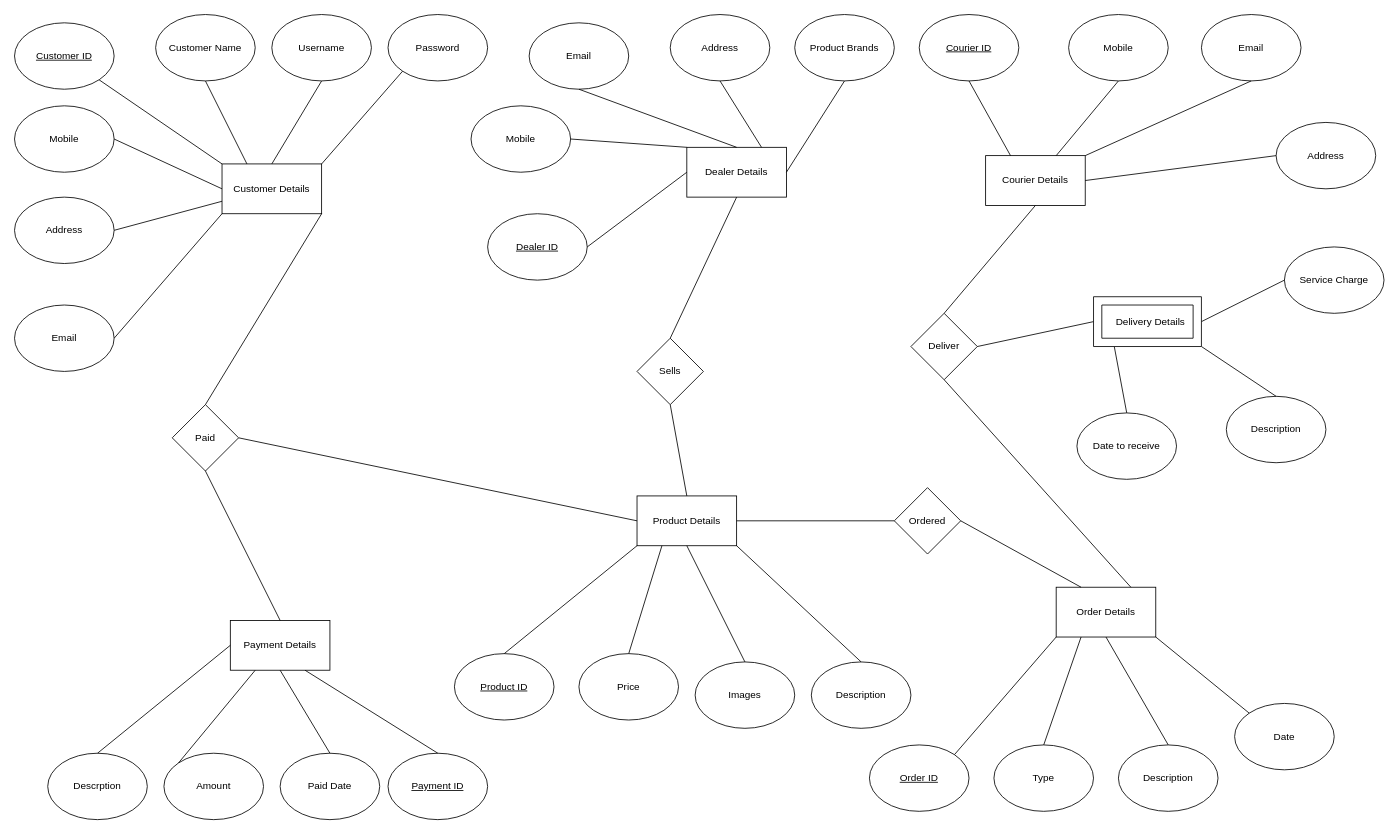
2019e166/Data_Base_Assignment keeps this draw.io diagram as ER DIagram Project.drawio. Above is the earlier version. Source tidied: cells renumbered, new cells numbered last; positions are measured from the earlier drawing's top-left corner, leaving out a move shared by most shapes. Both pictures are drawn from the tidied source at 83%, with x=0, y=0 at pixel (14, 14).
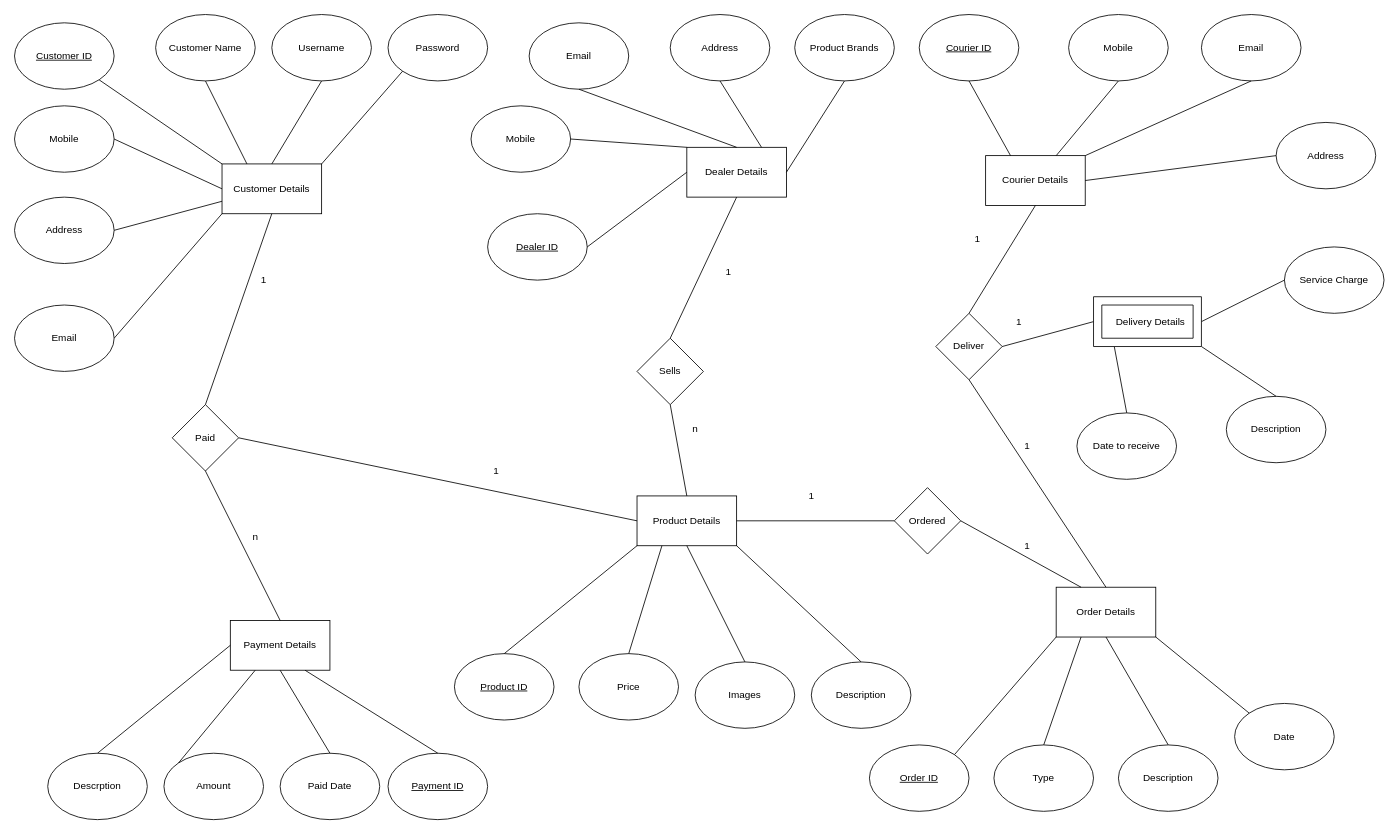
The same page after the edit.

Unchanged cells that the change refers to:
```xml
<mxCell id="2" value="Customer Details" style="rounded=0;whiteSpace=wrap;html=1;" parent="1" vertex="1">
  <mxGeometry x="250" y="180" width="120" height="60" as="geometry" />
</mxCell>
<mxCell id="43" value="Order Details" style="rounded=0;whiteSpace=wrap;html=1;" parent="1" vertex="1">
  <mxGeometry x="1255" y="690" width="120" height="60" as="geometry" />
</mxCell>
<mxCell id="73" value="Paid" style="rhombus;whiteSpace=wrap;html=1;" parent="1" vertex="1">
  <mxGeometry x="190" y="470" width="80" height="80" as="geometry" />
</mxCell>
```

Change to the diagram source:
```diff
@@
-    <mxCell id="76" style="endArrow=none;html=1;rounded=0;exitX=1;exitY=1;exitDx=0;exitDy=0;entryX=0.5;entryY=0;entryDx=0;entryDy=0;" parent="1" edge="1" source="2" target="73">
+    <mxCell id="76" style="endArrow=none;html=1;rounded=0;exitX=0.5;exitY=1;exitDx=0;exitDy=0;entryX=0.5;entryY=0;entryDx=0;entryDy=0;" parent="1" edge="1" source="2" target="73">
       <mxGeometry relative="1" as="geometry" />
     </mxCell>
     <mxCell id="77" value="Deliver" style="rhombus;whiteSpace=wrap;html=1;" parent="1" vertex="1">
-      <mxGeometry x="1080" y="360" width="80" height="80" as="geometry" />
+      <mxGeometry x="1110" y="360" width="80" height="80" as="geometry" />
     </mxCell>
-    <mxCell id="78" style="endArrow=none;html=1;rounded=0;entryX=0.5;entryY=1;entryDx=0;entryDy=0;exitX=0.75;exitY=0;exitDx=0;exitDy=0;" parent="1" edge="1" source="43" target="77">
+    <mxCell id="78" style="endArrow=none;html=1;rounded=0;entryX=0.5;entryY=1;entryDx=0;entryDy=0;exitX=0.5;exitY=0;exitDx=0;exitDy=0;" parent="1" edge="1" source="43" target="77">
       <mxGeometry relative="1" as="geometry" />
     </mxCell>
@@
+    <mxCell id="86" value="1" style="text;html=1;align=center;verticalAlign=middle;strokeColor=none;fillColor=none;" parent="1" vertex="1">
+      <mxGeometry x="845" y="295" width="30" height="30" as="geometry" />
+    </mxCell>
+    <mxCell id="87" value="n" style="text;html=1;align=center;verticalAlign=middle;strokeColor=none;fillColor=none;" parent="1" vertex="1">
+      <mxGeometry x="805" y="485" width="30" height="30" as="geometry" />
+    </mxCell>
+    <mxCell id="88" value="n" style="text;html=1;align=center;verticalAlign=middle;strokeColor=none;fillColor=none;" parent="1" vertex="1">
+      <mxGeometry x="275" y="615" width="30" height="30" as="geometry" />
+    </mxCell>
+    <mxCell id="89" value="1" style="text;html=1;align=center;verticalAlign=middle;strokeColor=none;fillColor=none;" parent="1" vertex="1">
+      <mxGeometry x="285" y="305" width="30" height="30" as="geometry" />
+    </mxCell>
+    <mxCell id="90" value="1" style="text;html=1;align=center;verticalAlign=middle;strokeColor=none;fillColor=none;" parent="1" vertex="1">
+      <mxGeometry x="565" y="535" width="30" height="30" as="geometry" />
+    </mxCell>
+    <mxCell id="91" value="1" style="text;html=1;align=center;verticalAlign=middle;strokeColor=none;fillColor=none;" parent="1" vertex="1">
+      <mxGeometry x="945" y="565" width="30" height="30" as="geometry" />
+    </mxCell>
+    <mxCell id="92" value="1" style="text;html=1;align=center;verticalAlign=middle;strokeColor=none;fillColor=none;" parent="1" vertex="1">
+      <mxGeometry x="1205" y="625" width="30" height="30" as="geometry" />
+    </mxCell>
+    <mxCell id="93" value="1" style="text;html=1;align=center;verticalAlign=middle;strokeColor=none;fillColor=none;" parent="1" vertex="1">
+      <mxGeometry x="1205" y="505" width="30" height="30" as="geometry" />
+    </mxCell>
+    <mxCell id="94" value="1" style="text;html=1;align=center;verticalAlign=middle;strokeColor=none;fillColor=none;" parent="1" vertex="1">
+      <mxGeometry x="1195" y="355" width="30" height="30" as="geometry" />
+    </mxCell>
+    <mxCell id="95" value="1" style="text;html=1;align=center;verticalAlign=middle;strokeColor=none;fillColor=none;" parent="1" vertex="1">
+      <mxGeometry x="1145" y="255" width="30" height="30" as="geometry" />
+    </mxCell>
```
